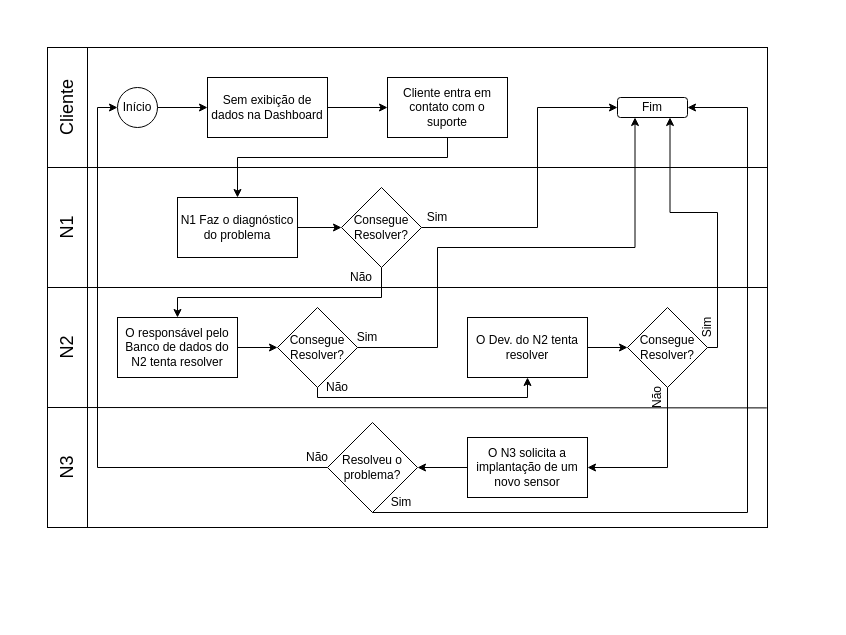
This is Tecnologia da Informação/Fluxograma.drawio from Biotec-Sprint02/Projeto-PI, a draw.io file, before an edit. Source tidied: cells renumbered, new cells numbered last; positions are measured from the earlier drawing's top-left corner, leaving out a move shared by most shapes. Both pictures are drawn from the tidied source at 100%, with x=0, y=0 at pixel (37, 47).
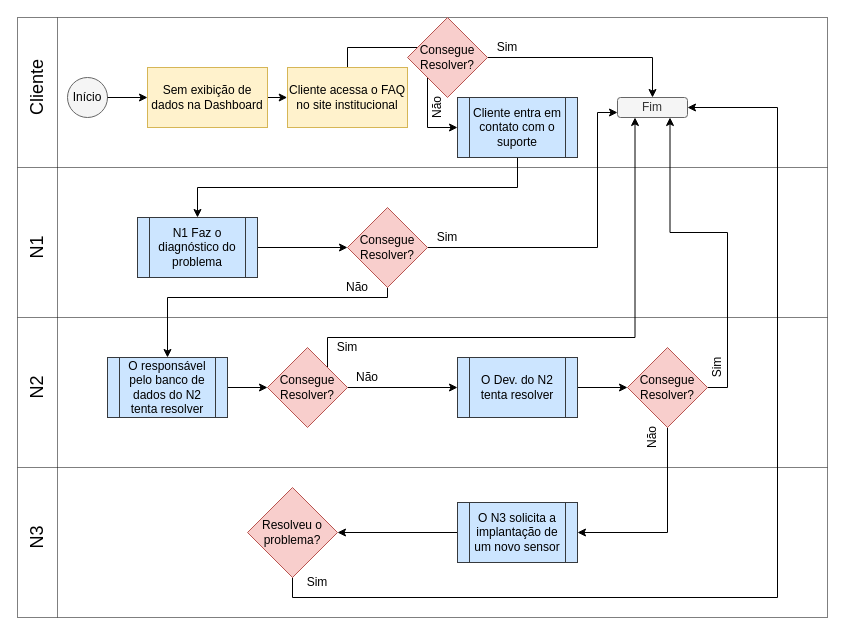
Above is the later version.

The edit, as a diff of the source:
```diff
@@
-    <mxCell id="2" style="shape=internalStorage;whiteSpace=wrap;html=1;backgroundOutline=1;dx=40;dy=120;" parent="1" vertex="1">
-      <mxGeometry x="10" width="720" height="480" as="geometry" />
+    <mxCell id="2" style="shape=internalStorage;whiteSpace=wrap;html=1;backgroundOutline=1;dx=40;dy=150;opacity=50;" parent="1" vertex="1">
+      <mxGeometry x="-20" y="-30" width="810" height="600" as="geometry" />
     </mxCell>
-    <mxCell id="3" style="endArrow=none;html=1;exitX=1;exitY=0.5;exitDx=0;exitDy=0;entryX=0;entryY=0.5;entryDx=0;entryDy=0;" parent="1" edge="1" source="2" target="2">
+    <mxCell id="3" style="endArrow=none;html=1;exitX=1;exitY=0.5;exitDx=0;exitDy=0;entryX=0;entryY=0.5;entryDx=0;entryDy=0;opacity=50;" parent="1" edge="1" source="2" target="2">
       <mxGeometry relative="1" as="geometry" />
     </mxCell>
-    <mxCell id="4" style="endArrow=none;html=1;exitX=1;exitY=0.547;exitDx=0;exitDy=0;exitPerimeter=0;entryX=0.001;entryY=0.546;entryDx=0;entryDy=0;entryPerimeter=0;" parent="1" edge="1">
-      <mxGeometry relative="1" as="geometry">
-        <mxPoint x="729.3" y="360.4" as="sourcePoint" />
-        <mxPoint x="10" y="360" as="targetPoint" />
-      </mxGeometry>
+    <mxCell id="4" style="endArrow=none;html=1;exitX=1;exitY=0.75;exitDx=0;exitDy=0;entryX=0;entryY=0.75;entryDx=0;entryDy=0;shadow=0;strokeWidth=1;opacity=50;" parent="1" edge="1" source="2" target="2">
+      <mxGeometry relative="1" as="geometry" />
     </mxCell>
-    <mxCell id="5" value="Cliente" style="text;html=1;strokeColor=none;fillColor=none;align=center;verticalAlign=middle;whiteSpace=wrap;rounded=0;rotation=-90;fontSize=18;" parent="1" vertex="1">
-      <mxGeometry y="50" width="60" height="20" as="geometry" />
+    <mxCell id="5" value="Cliente" style="text;html=1;align=center;verticalAlign=middle;whiteSpace=wrap;rounded=0;rotation=-90;fontSize=18;" parent="1" vertex="1">
+      <mxGeometry x="-30" y="30" width="60" height="20" as="geometry" />
     </mxCell>
-    <mxCell id="6" value="N1" style="text;html=1;strokeColor=none;fillColor=none;align=center;verticalAlign=middle;whiteSpace=wrap;rounded=0;rotation=-90;fontSize=18;" parent="1" vertex="1">
-      <mxGeometry y="170" width="60" height="20" as="geometry" />
+    <mxCell id="6" value="N1" style="text;html=1;align=center;verticalAlign=middle;whiteSpace=wrap;rounded=0;rotation=-90;fontSize=18;" parent="1" vertex="1">
+      <mxGeometry x="-30" y="190" width="60" height="20" as="geometry" />
     </mxCell>
-    <mxCell id="7" value="N2" style="text;html=1;strokeColor=none;fillColor=none;align=center;verticalAlign=middle;whiteSpace=wrap;rounded=0;rotation=-90;fontSize=18;" parent="1" vertex="1">
-      <mxGeometry y="290" width="60" height="20" as="geometry" />
+    <mxCell id="7" value="N2" style="text;html=1;align=center;verticalAlign=middle;whiteSpace=wrap;rounded=0;rotation=-90;fontSize=18;" parent="1" vertex="1">
+      <mxGeometry x="-30" y="330" width="60" height="20" as="geometry" />
     </mxCell>
-    <mxCell id="8" value="N3" style="text;html=1;strokeColor=none;fillColor=none;align=center;verticalAlign=middle;whiteSpace=wrap;rounded=0;rotation=-90;fontSize=18;" parent="1" vertex="1">
-      <mxGeometry y="410" width="60" height="20" as="geometry" />
+    <mxCell id="8" value="N3" style="text;html=1;align=center;verticalAlign=middle;whiteSpace=wrap;rounded=0;rotation=-90;fontSize=18;" parent="1" vertex="1">
+      <mxGeometry x="-30" y="480" width="60" height="20" as="geometry" />
     </mxCell>
     <mxCell id="9" style="group;" parent="1" vertex="1">
-      <mxGeometry x="80" y="40" width="40" height="40" as="geometry" />
+      <mxGeometry x="30" y="30" width="40" height="40" as="geometry" />
     </mxCell>
-    <mxCell id="10" style="ellipse;whiteSpace=wrap;html=1;fontSize=18;" parent="9" vertex="1">
+    <mxCell id="10" style="ellipse;whiteSpace=wrap;html=1;fontSize=18;fillColor=#f5f5f5;strokeColor=#666666;fontColor=#333333;" parent="9" vertex="1">
       <mxGeometry width="40" height="40" as="geometry" />
     </mxCell>
-    <mxCell id="11" value="Início" style="text;html=1;strokeColor=none;fillColor=none;align=center;verticalAlign=middle;whiteSpace=wrap;rounded=0;fontSize=12;" parent="9" vertex="1">
-      <mxGeometry y="10" width="40" height="20" as="geometry" />
-    </mxCell>
-    <mxCell id="12" style="edgeStyle=orthogonalEdgeStyle;rounded=0;jettySize=auto;html=1;exitX=1;exitY=0.5;exitDx=0;exitDy=0;entryX=0;entryY=0.5;entryDx=0;entryDy=0;fontSize=12;" parent="1" edge="1" source="13" target="16">
-      <mxGeometry relative="1" as="geometry" />
-    </mxCell>
+    <mxCell id="46" style="edgeStyle=orthogonalEdgeStyle;rounded=0;jettySize=auto;html=1;exitX=1;exitY=0.5;exitDx=0;exitDy=0;entryX=0.333;entryY=0.133;entryDx=0;entryDy=0;entryPerimeter=0;" parent="1" edge="1" source="13" target="2">
+      <mxGeometry relative="1" as="geometry" />
+    </mxCell>
-    <mxCell id="13" value="Sem exibição de dados na Dashboard" style="rounded=0;whiteSpace=wrap;html=1;fontSize=12;" parent="1" vertex="1">
-      <mxGeometry x="170" y="30" width="120" height="60" as="geometry" />
+    <mxCell id="13" value="Sem exibição de dados na Dashboard" style="rounded=0;whiteSpace=wrap;html=1;fontSize=12;fillColor=#fff2cc;strokeColor=#d6b656;" parent="1" vertex="1">
+      <mxGeometry x="110" y="20" width="120" height="60" as="geometry" />
     </mxCell>
-    <mxCell id="14" style="endArrow=classic;html=1;fontSize=12;exitX=1;exitY=0.5;exitDx=0;exitDy=0;entryX=0;entryY=0.5;entryDx=0;entryDy=0;" parent="1" edge="1" source="11" target="13">
-      <mxGeometry relative="1" as="geometry" />
-    </mxCell>
-    <mxCell id="15" style="edgeStyle=orthogonalEdgeStyle;rounded=0;jettySize=auto;html=1;exitX=0.5;exitY=1;exitDx=0;exitDy=0;entryX=0.5;entryY=0;entryDx=0;entryDy=0;fontSize=12;" parent="1" edge="1" source="16" target="18">
-      <mxGeometry relative="1" as="geometry">
-        <Array as="points">
-          <mxPoint x="410" y="110" />
-          <mxPoint x="200" y="110" />
-        </Array>
-      </mxGeometry>
-    </mxCell>
-    <mxCell id="16" value="Cliente entra em contato com o suporte" style="rounded=0;whiteSpace=wrap;html=1;fontSize=12;" parent="1" vertex="1">
-      <mxGeometry x="350" y="30" width="120" height="60" as="geometry" />
-    </mxCell>
-    <mxCell id="17" style="edgeStyle=orthogonalEdgeStyle;rounded=0;jettySize=auto;html=1;exitX=1;exitY=0.5;exitDx=0;exitDy=0;entryX=0;entryY=0.5;entryDx=0;entryDy=0;fontSize=12;" parent="1" edge="1" source="18" target="21">
-      <mxGeometry relative="1" as="geometry" />
-    </mxCell>
-    <mxCell id="18" value="N1 Faz o diagnóstico do problema" style="rounded=0;whiteSpace=wrap;html=1;fontSize=12;" parent="1" vertex="1">
-      <mxGeometry x="140" y="150" width="120" height="60" as="geometry" />
-    </mxCell>
+    <mxCell id="47" style="edgeStyle=orthogonalEdgeStyle;rounded=0;jettySize=auto;html=1;exitX=0.5;exitY=1;exitDx=0;exitDy=0;entryX=0.5;entryY=0;entryDx=0;entryDy=0;" parent="1" edge="1" source="21" target="49">
+      <mxGeometry relative="1" as="geometry">
+        <Array as="points">
+          <mxPoint x="350" y="250" />
+          <mxPoint x="130" y="250" />
+        </Array>
+      </mxGeometry>
+    </mxCell>
-    <mxCell id="19" style="edgeStyle=orthogonalEdgeStyle;rounded=0;jettySize=auto;html=1;exitX=1;exitY=0.5;exitDx=0;exitDy=0;fontSize=12;" parent="1" edge="1" source="21" target="23">
+    <mxCell id="19" style="edgeStyle=orthogonalEdgeStyle;rounded=0;jettySize=auto;html=1;exitX=1;exitY=0.5;exitDx=0;exitDy=0;entryX=0;entryY=0.75;entryDx=0;entryDy=0;" parent="1" edge="1" source="21" target="23">
       <mxGeometry relative="1" as="geometry">
         <Array as="points">
-          <mxPoint x="500" y="180" />
-          <mxPoint x="500" y="60" />
+          <mxPoint x="560" y="200" />
+          <mxPoint x="560" y="65" />
         </Array>
       </mxGeometry>
     </mxCell>
-    <mxCell id="20" style="edgeStyle=orthogonalEdgeStyle;rounded=0;jettySize=auto;html=1;exitX=0.5;exitY=1;exitDx=0;exitDy=0;entryX=0.5;entryY=0;entryDx=0;entryDy=0;" parent="1" edge="1" source="21" target="25">
-      <mxGeometry relative="1" as="geometry">
-        <Array as="points">
-          <mxPoint x="344" y="250" />
-          <mxPoint x="140" y="250" />
-        </Array>
-      </mxGeometry>
-    </mxCell>
-    <mxCell id="21" value="Consegue Resolver?" style="rhombus;whiteSpace=wrap;html=1;fontSize=12;" parent="1" vertex="1">
-      <mxGeometry x="304" y="140" width="80" height="80" as="geometry" />
+    <mxCell id="21" value="Consegue Resolver?" style="rhombus;whiteSpace=wrap;html=1;fontSize=12;fillColor=#f8cecc;strokeColor=#b85450;" parent="1" vertex="1">
+      <mxGeometry x="310" y="160" width="80" height="80" as="geometry" />
     </mxCell>
     <mxCell id="22" value="Sim" style="text;html=1;strokeColor=none;fillColor=none;align=center;verticalAlign=middle;whiteSpace=wrap;rounded=0;" parent="1" vertex="1">
-      <mxGeometry x="380" y="160" width="40" height="20" as="geometry" />
+      <mxGeometry x="390" y="180" width="40" height="20" as="geometry" />
     </mxCell>
-    <mxCell id="23" value="Fim" style="rounded=1;whiteSpace=wrap;html=1;fontSize=12;" parent="1" vertex="1">
+    <mxCell id="23" value="Fim" style="rounded=1;whiteSpace=wrap;html=1;fontSize=12;gradientDirection=south;fillColor=#f5f5f5;strokeColor=#666666;fontColor=#333333;" parent="1" vertex="1">
       <mxGeometry x="580" y="50" width="70" height="20" as="geometry" />
     </mxCell>
-    <mxCell id="24" style="edgeStyle=orthogonalEdgeStyle;rounded=0;jettySize=auto;html=1;exitX=1;exitY=0.5;exitDx=0;exitDy=0;entryX=0;entryY=0.5;entryDx=0;entryDy=0;" parent="1" edge="1" source="25" target="29">
-      <mxGeometry relative="1" as="geometry" />
-    </mxCell>
-    <mxCell id="25" value="O responsável pelo Banco de dados do N2 tenta resolver" style="rounded=0;whiteSpace=wrap;html=1;" parent="1" vertex="1">
-      <mxGeometry x="80" y="270" width="120" height="60" as="geometry" />
-    </mxCell>
     <mxCell id="26" value="Não" style="text;html=1;strokeColor=none;fillColor=none;align=center;verticalAlign=middle;whiteSpace=wrap;rounded=0;" parent="1" vertex="1">
-      <mxGeometry x="304" y="220" width="40" height="20" as="geometry" />
+      <mxGeometry x="300" y="230" width="40" height="20" as="geometry" />
     </mxCell>
-    <mxCell id="27" style="edgeStyle=orthogonalEdgeStyle;rounded=0;jettySize=auto;html=1;exitX=1;exitY=0.5;exitDx=0;exitDy=0;entryX=0.25;entryY=1;entryDx=0;entryDy=0;" parent="1" edge="1" source="29" target="23">
+    <mxCell id="27" style="edgeStyle=orthogonalEdgeStyle;rounded=0;jettySize=auto;html=1;exitX=1;exitY=0;exitDx=0;exitDy=0;entryX=0.25;entryY=1;entryDx=0;entryDy=0;" parent="1" edge="1" source="29" target="23">
       <mxGeometry relative="1" as="geometry">
         <Array as="points">
-          <mxPoint x="400" y="300" />
-          <mxPoint x="400" y="200" />
-          <mxPoint x="598" y="200" />
+          <mxPoint x="290" y="290" />
+          <mxPoint x="597" y="290" />
         </Array>
       </mxGeometry>
     </mxCell>
-    <mxCell id="28" style="edgeStyle=orthogonalEdgeStyle;rounded=0;jettySize=auto;html=1;exitX=0.5;exitY=1;exitDx=0;exitDy=0;entryX=0.5;entryY=1;entryDx=0;entryDy=0;" parent="1" edge="1" source="29" target="31">
-      <mxGeometry relative="1" as="geometry">
-        <Array as="points">
-          <mxPoint x="280" y="350" />
-          <mxPoint x="490" y="350" />
-        </Array>
-      </mxGeometry>
+    <mxCell id="28" style="edgeStyle=orthogonalEdgeStyle;rounded=0;jettySize=auto;html=1;exitX=1;exitY=0.5;exitDx=0;exitDy=0;entryX=0;entryY=0.5;entryDx=0;entryDy=0;" parent="1" edge="1" source="29" target="31">
+      <mxGeometry relative="1" as="geometry" />
     </mxCell>
-    <mxCell id="29" value="Consegue Resolver?" style="rhombus;whiteSpace=wrap;html=1;" parent="1" vertex="1">
-      <mxGeometry x="240" y="260" width="80" height="80" as="geometry" />
+    <mxCell id="29" value="Consegue Resolver?" style="rhombus;whiteSpace=wrap;html=1;fillColor=#f8cecc;strokeColor=#b85450;" parent="1" vertex="1">
+      <mxGeometry x="230" y="300" width="80" height="80" as="geometry" />
     </mxCell>
+    <mxCell id="34" style="edgeStyle=orthogonalEdgeStyle;rounded=0;jettySize=auto;html=1;exitX=0.5;exitY=1;exitDx=0;exitDy=0;entryX=1;entryY=0.5;entryDx=0;entryDy=0;" parent="1" edge="1" source="35" target="38">
+      <mxGeometry relative="1" as="geometry" />
+    </mxCell>
+    <mxCell id="33" style="edgeStyle=orthogonalEdgeStyle;rounded=0;jettySize=auto;html=1;exitX=1;exitY=0.5;exitDx=0;exitDy=0;entryX=0.75;entryY=1;entryDx=0;entryDy=0;" parent="1" edge="1" source="35" target="23">
+      <mxGeometry relative="1" as="geometry" />
+    </mxCell>
+    <mxCell id="35" value="Consegue Resolver?" style="rhombus;whiteSpace=wrap;html=1;fillColor=#f8cecc;strokeColor=#b85450;" parent="1" vertex="1">
+      <mxGeometry x="590" y="300" width="80" height="80" as="geometry" />
+    </mxCell>
+    <mxCell id="36" value="Sim" style="text;html=1;strokeColor=none;fillColor=none;align=center;verticalAlign=middle;whiteSpace=wrap;rounded=0;rotation=-90;" parent="1" vertex="1">
+      <mxGeometry x="660" y="310" width="40" height="20" as="geometry" />
+    </mxCell>
+    <mxCell id="40" style="edgeStyle=orthogonalEdgeStyle;rounded=0;jettySize=auto;html=1;exitX=0.5;exitY=1;exitDx=0;exitDy=0;entryX=1;entryY=0.5;entryDx=0;entryDy=0;" parent="1" edge="1" source="41" target="23">
+      <mxGeometry relative="1" as="geometry">
+        <Array as="points">
+          <mxPoint x="255" y="550" />
+          <mxPoint x="740" y="550" />
+          <mxPoint x="740" y="60" />
+        </Array>
+      </mxGeometry>
+    </mxCell>
+    <mxCell id="41" value="Resolveu o problema?" style="rhombus;whiteSpace=wrap;html=1;fillColor=#f8cecc;strokeColor=#b85450;" parent="1" vertex="1">
+      <mxGeometry x="210" y="440" width="90" height="90" as="geometry" />
+    </mxCell>
+    <mxCell id="17" style="edgeStyle=orthogonalEdgeStyle;rounded=0;jettySize=auto;html=1;exitX=1;exitY=0.5;exitDx=0;exitDy=0;entryX=0;entryY=0.5;entryDx=0;entryDy=0;" parent="1" edge="1" source="18" target="21">
+      <mxGeometry relative="1" as="geometry" />
+    </mxCell>
+    <mxCell id="18" value="N1 Faz o diagnóstico do problema" style="shape=process;whiteSpace=wrap;html=1;backgroundOutline=1;strokeColor=#36393d;fillColor=#cce5ff;" parent="1" vertex="1">
+      <mxGeometry x="100" y="170" width="120" height="60" as="geometry" />
+    </mxCell>
@@
-    <mxCell id="31" value="O Dev. do N2 tenta resolver" style="rounded=0;whiteSpace=wrap;html=1;" parent="1" vertex="1">
-      <mxGeometry x="430" y="270" width="120" height="60" as="geometry" />
+    <mxCell id="31" value="O Dev. do N2 tenta resolver" style="shape=process;whiteSpace=wrap;html=1;backgroundOutline=1;strokeColor=#36393d;fillColor=#cce5ff;" parent="1" vertex="1">
+      <mxGeometry x="420" y="310" width="120" height="60" as="geometry" />
     </mxCell>
-    <mxCell id="32" value="Sim" style="text;html=1;strokeColor=none;fillColor=none;align=center;verticalAlign=middle;whiteSpace=wrap;rounded=0;" parent="1" vertex="1">
-      <mxGeometry x="310" y="280" width="40" height="20" as="geometry" />
-    </mxCell>
-    <mxCell id="33" style="edgeStyle=orthogonalEdgeStyle;rounded=0;jettySize=auto;html=1;exitX=1;exitY=0.5;exitDx=0;exitDy=0;entryX=0.75;entryY=1;entryDx=0;entryDy=0;" parent="1" edge="1" source="35" target="23">
-      <mxGeometry relative="1" as="geometry">
-        <Array as="points">
-          <mxPoint x="680" y="300" />
-          <mxPoint x="680" y="165" />
-          <mxPoint x="633" y="165" />
-        </Array>
-      </mxGeometry>
-    </mxCell>
-    <mxCell id="34" style="edgeStyle=orthogonalEdgeStyle;rounded=0;jettySize=auto;html=1;exitX=0.5;exitY=1;exitDx=0;exitDy=0;entryX=1;entryY=0.5;entryDx=0;entryDy=0;" parent="1" edge="1" source="35" target="38">
-      <mxGeometry relative="1" as="geometry" />
-    </mxCell>
-    <mxCell id="35" value="Consegue Resolver?" style="rhombus;whiteSpace=wrap;html=1;" parent="1" vertex="1">
-      <mxGeometry x="590" y="260" width="80" height="80" as="geometry" />
-    </mxCell>
-    <mxCell id="36" value="Sim" style="text;html=1;strokeColor=none;fillColor=none;align=center;verticalAlign=middle;whiteSpace=wrap;rounded=0;rotation=-90;" parent="1" vertex="1">
-      <mxGeometry x="650" y="270" width="40" height="20" as="geometry" />
-    </mxCell>
+    <mxCell id="48" style="edgeStyle=orthogonalEdgeStyle;rounded=0;jettySize=auto;html=1;exitX=1;exitY=0.5;exitDx=0;exitDy=0;entryX=0;entryY=0.5;entryDx=0;entryDy=0;" parent="1" edge="1" source="49" target="29">
+      <mxGeometry relative="1" as="geometry" />
+    </mxCell>
+    <mxCell id="49" value="O responsável pelo banco de dados do N2 tenta resolver" style="shape=process;whiteSpace=wrap;html=1;backgroundOutline=1;strokeColor=#36393d;fillColor=#cce5ff;" parent="1" vertex="1">
+      <mxGeometry x="70" y="310" width="120" height="60" as="geometry" />
+    </mxCell>
+    <mxCell id="15" style="edgeStyle=orthogonalEdgeStyle;rounded=0;jettySize=auto;html=1;exitX=0.5;exitY=1;exitDx=0;exitDy=0;entryX=0.5;entryY=0;entryDx=0;entryDy=0;" parent="1" edge="1" source="16" target="18">
+      <mxGeometry relative="1" as="geometry" />
+    </mxCell>
+    <mxCell id="16" value="Cliente entra em contato com o suporte" style="shape=process;whiteSpace=wrap;html=1;backgroundOutline=1;strokeColor=#36393d;fillColor=#cce5ff;" parent="1" vertex="1">
+      <mxGeometry x="420" y="50" width="120" height="60" as="geometry" />
+    </mxCell>
@@
-    <mxCell id="38" value="O N3 solicita a implantação de um novo sensor" style="rounded=0;whiteSpace=wrap;html=1;" parent="1" vertex="1">
-      <mxGeometry x="430" y="390" width="120" height="60" as="geometry" />
+    <mxCell id="38" value="O N3 solicita a implantação de um novo sensor" style="shape=process;whiteSpace=wrap;html=1;backgroundOutline=1;strokeColor=#36393d;fillColor=#cce5ff;" parent="1" vertex="1">
+      <mxGeometry x="420" y="455" width="120" height="60" as="geometry" />
     </mxCell>
-    <mxCell id="39" style="edgeStyle=orthogonalEdgeStyle;rounded=0;jettySize=auto;html=1;exitX=0;exitY=0.5;exitDx=0;exitDy=0;entryX=0;entryY=0.5;entryDx=0;entryDy=0;" parent="1" edge="1" source="41" target="11">
-      <mxGeometry relative="1" as="geometry" />
-    </mxCell>
-    <mxCell id="40" style="edgeStyle=orthogonalEdgeStyle;rounded=0;jettySize=auto;html=1;exitX=0.5;exitY=1;exitDx=0;exitDy=0;entryX=1;entryY=0.5;entryDx=0;entryDy=0;" parent="1" edge="1" source="41" target="23">
-      <mxGeometry relative="1" as="geometry">
-        <Array as="points">
-          <mxPoint x="710" y="465" />
-          <mxPoint x="710" y="60" />
-        </Array>
-      </mxGeometry>
-    </mxCell>
-    <mxCell id="41" value="Resolveu o problema?" style="rhombus;whiteSpace=wrap;html=1;" parent="1" vertex="1">
-      <mxGeometry x="290" y="375" width="90" height="90" as="geometry" />
-    </mxCell>
-    <mxCell id="42" value="Não" style="text;html=1;strokeColor=none;fillColor=none;align=center;verticalAlign=middle;whiteSpace=wrap;rounded=0;" parent="1" vertex="1">
-      <mxGeometry x="260" y="400" width="40" height="20" as="geometry" />
-    </mxCell>
-    <mxCell id="43" value="Sim" style="text;html=1;strokeColor=none;fillColor=none;align=center;verticalAlign=middle;whiteSpace=wrap;rounded=0;" parent="1" vertex="1">
-      <mxGeometry x="344" y="445" width="40" height="20" as="geometry" />
-    </mxCell>
-    <mxCell id="44" value="Não" style="text;html=1;strokeColor=none;fillColor=none;align=center;verticalAlign=middle;whiteSpace=wrap;rounded=0;rotation=-90;" parent="1" vertex="1">
-      <mxGeometry x="600" y="340" width="40" height="20" as="geometry" />
-    </mxCell>
-    <mxCell id="45" value="Não" style="text;html=1;strokeColor=none;fillColor=none;align=center;verticalAlign=middle;whiteSpace=wrap;rounded=0;" parent="1" vertex="1">
-      <mxGeometry x="280" y="330" width="40" height="20" as="geometry" />
-    </mxCell>
+    <mxCell id="50" style="edgeStyle=orthogonalEdgeStyle;rounded=0;jettySize=auto;html=1;exitX=0.5;exitY=0;exitDx=0;exitDy=0;entryX=0;entryY=0.5;entryDx=0;entryDy=0;" parent="1" edge="1" source="51" target="54">
+      <mxGeometry relative="1" as="geometry" />
+    </mxCell>
+    <mxCell id="51" value="Cliente acessa o FAQ no site institucional" style="rounded=0;whiteSpace=wrap;html=1;fontSize=12;fillColor=#fff2cc;strokeColor=#d6b656;" parent="1" vertex="1">
+      <mxGeometry x="250" y="20" width="120" height="60" as="geometry" />
+    </mxCell>
+    <mxCell id="52" style="edgeStyle=orthogonalEdgeStyle;rounded=0;jettySize=auto;html=1;exitX=1;exitY=0.5;exitDx=0;exitDy=0;entryX=0.5;entryY=0;entryDx=0;entryDy=0;" parent="1" edge="1" source="54" target="23">
+      <mxGeometry relative="1" as="geometry" />
+    </mxCell>
+    <mxCell id="53" style="edgeStyle=orthogonalEdgeStyle;rounded=0;jettySize=auto;html=1;exitX=0;exitY=1;exitDx=0;exitDy=0;entryX=0;entryY=0.5;entryDx=0;entryDy=0;" parent="1" edge="1" source="54" target="16">
+      <mxGeometry relative="1" as="geometry" />
+    </mxCell>
+    <mxCell id="54" value="Consegue Resolver?" style="rhombus;whiteSpace=wrap;html=1;fontSize=12;fillColor=#f8cecc;strokeColor=#b85450;" parent="1" vertex="1">
+      <mxGeometry x="370" y="-30" width="80" height="80" as="geometry" />
+    </mxCell>
+    <mxCell id="14" style="edgeStyle=orthogonalEdgeStyle;rounded=0;jettySize=auto;html=1;exitX=1;exitY=0.5;exitDx=0;exitDy=0;entryX=0;entryY=0.5;entryDx=0;entryDy=0;" parent="1" edge="1" source="11" target="13">
+      <mxGeometry relative="1" as="geometry" />
+    </mxCell>
+    <mxCell id="11" value="Início" style="text;html=1;align=center;verticalAlign=middle;whiteSpace=wrap;rounded=0;fontSize=12;" parent="1" vertex="1">
+      <mxGeometry x="30" y="40" width="40" height="20" as="geometry" />
+    </mxCell>
+    <mxCell id="55" value="Sim" style="text;html=1;strokeColor=none;fillColor=none;align=center;verticalAlign=middle;whiteSpace=wrap;rounded=0;" parent="1" vertex="1">
+      <mxGeometry x="450" y="-10" width="40" height="20" as="geometry" />
+    </mxCell>
+    <mxCell id="56" value="Não" style="text;html=1;strokeColor=none;fillColor=none;align=center;verticalAlign=middle;whiteSpace=wrap;rounded=0;rotation=-90;" parent="1" vertex="1">
+      <mxGeometry x="380" y="50" width="40" height="20" as="geometry" />
+    </mxCell>
+    <mxCell id="57" value="Sim" style="text;html=1;strokeColor=none;fillColor=none;align=center;verticalAlign=middle;whiteSpace=wrap;rounded=0;" parent="1" vertex="1">
+      <mxGeometry x="290" y="290" width="40" height="20" as="geometry" />
+    </mxCell>
+    <mxCell id="58" value="Não" style="text;html=1;strokeColor=none;fillColor=none;align=center;verticalAlign=middle;whiteSpace=wrap;rounded=0;" parent="1" vertex="1">
+      <mxGeometry x="310" y="320" width="40" height="20" as="geometry" />
+    </mxCell>
+    <mxCell id="59" value="Não" style="text;html=1;strokeColor=none;fillColor=none;align=center;verticalAlign=middle;whiteSpace=wrap;rounded=0;rotation=-90;" parent="1" vertex="1">
+      <mxGeometry x="595" y="380" width="40" height="20" as="geometry" />
+    </mxCell>
+    <mxCell id="60" value="Sim" style="text;html=1;strokeColor=none;fillColor=none;align=center;verticalAlign=middle;whiteSpace=wrap;rounded=0;" parent="1" vertex="1">
+      <mxGeometry x="260" y="525" width="40" height="20" as="geometry" />
+    </mxCell>
```
